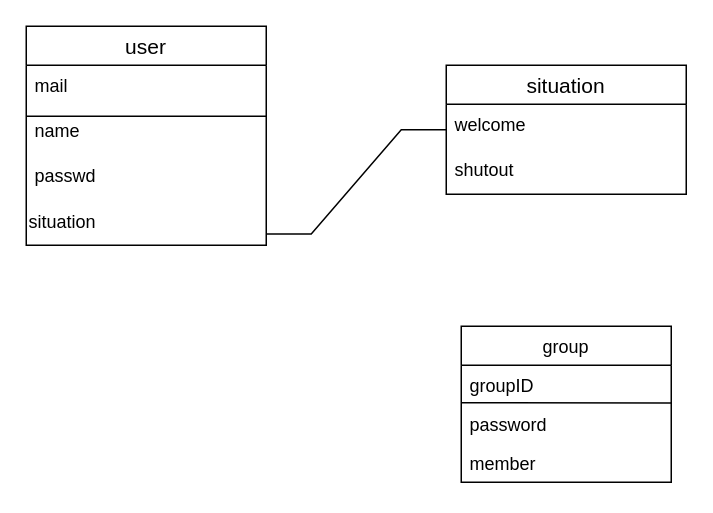
The draw.io diagram page "Page-1" (1 of 2) of System2.drawio in ringohoka/AnnounceSituation, before the edit. Source tidied: cells renumbered, new cells numbered last; positions are measured from the earlier drawing's top-left corner, leaving out a move shared by most shapes. Both pictures are drawn from the tidied source at 150%, with x=0, y=0 at pixel (26, 26).
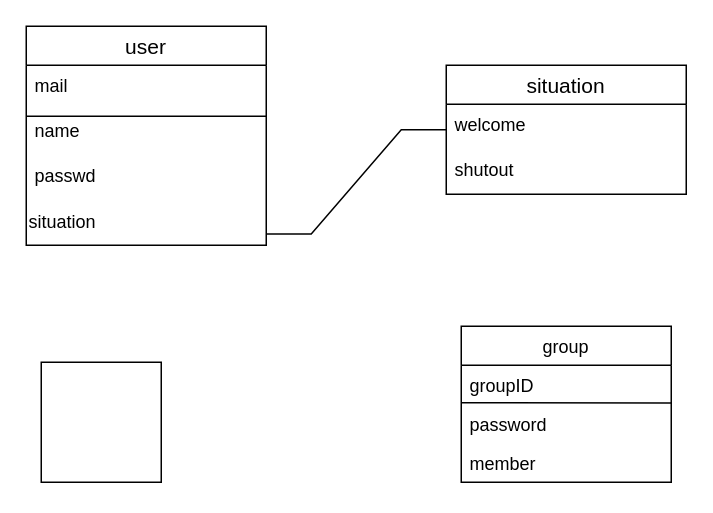
Above is the later version.

Diff of the diagram source:
```diff
@@
+    <mxCell id="17" style="whiteSpace=wrap;html=1;" parent="1" vertex="1">
+      <mxGeometry x="10" y="224" width="80" height="80" as="geometry" />
+    </mxCell>
```
